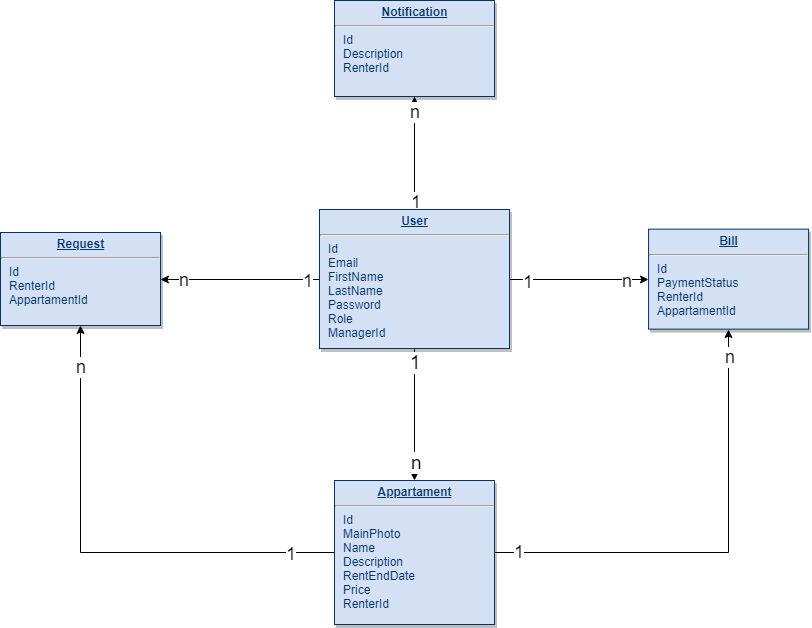
The draw.io diagram docs/Er diagram/ER_DIAGRAM.png in Lenkelheit/Software-Design, before a commit. Source tidied: cells renumbered, new cells last; positions are measured from the earlier drawing's top-left corner, leaving out a move shared by most shapes. Its diagram source:
```xml
<mxGraphModel background="#ffffff">
  <root>
    <mxCell id="0" />
    <mxCell id="1" parent="0" />
    <mxCell id="2" style="edgeStyle=orthogonalEdgeStyle;rounded=0;jettySize=auto;html=1;exitX=0.5;exitY=1;exitDx=0;exitDy=0;entryX=0.5;entryY=0;entryDx=0;entryDy=0;" parent="1" edge="1" source="14" target="21">
      <mxGeometry relative="1" as="geometry" />
    </mxCell>
    <mxCell id="3" value="&lt;font style=&quot;font-size: 19px&quot;&gt;1&lt;/font&gt;" style="text;html=1;align=center;verticalAlign=middle;labelBackgroundColor=#ffffff;" parent="2" vertex="1">
      <mxGeometry x="-0.8" y="1" relative="1" as="geometry" />
    </mxCell>
    <mxCell id="4" value="&lt;font style=&quot;font-size: 19px&quot;&gt;n&lt;/font&gt;" style="text;html=1;align=center;verticalAlign=middle;labelBackgroundColor=#ffffff;" parent="2" vertex="1">
      <mxGeometry x="0.71" y="2" relative="1" as="geometry" />
    </mxCell>
    <mxCell id="5" style="edgeStyle=orthogonalEdgeStyle;rounded=0;jettySize=auto;html=1;exitX=0;exitY=0.5;exitDx=0;exitDy=0;entryX=1;entryY=0.5;entryDx=0;entryDy=0;" parent="1" edge="1" source="14" target="22">
      <mxGeometry relative="1" as="geometry" />
    </mxCell>
    <mxCell id="6" value="&lt;font style=&quot;font-size: 18px&quot;&gt;1&lt;/font&gt;" style="text;html=1;align=center;verticalAlign=middle;labelBackgroundColor=#ffffff;" parent="5" vertex="1">
      <mxGeometry x="-0.85" y="1" relative="1" as="geometry" />
    </mxCell>
    <mxCell id="7" value="&lt;font style=&quot;font-size: 18px&quot;&gt;n&lt;/font&gt;" style="text;html=1;align=center;verticalAlign=middle;labelBackgroundColor=#ffffff;" parent="5" vertex="1">
      <mxGeometry x="0.82" y="-4" relative="1" as="geometry">
        <mxPoint x="8" y="4" as="offset" />
      </mxGeometry>
    </mxCell>
    <mxCell id="8" style="edgeStyle=orthogonalEdgeStyle;rounded=0;jettySize=auto;html=1;exitX=1;exitY=0.5;exitDx=0;exitDy=0;entryX=0;entryY=0.5;entryDx=0;entryDy=0;" parent="1" edge="1" source="14" target="23">
      <mxGeometry relative="1" as="geometry" />
    </mxCell>
    <mxCell id="9" value="&lt;font style=&quot;font-size: 18px&quot;&gt;1&lt;/font&gt;" style="text;html=1;align=center;verticalAlign=middle;labelBackgroundColor=#ffffff;" parent="8" vertex="1">
      <mxGeometry x="-0.74" y="-2" relative="1" as="geometry" />
    </mxCell>
    <mxCell id="10" value="&lt;font style=&quot;font-size: 18px&quot;&gt;n&lt;/font&gt;" style="text;html=1;align=center;verticalAlign=middle;labelBackgroundColor=#ffffff;" parent="8" vertex="1">
      <mxGeometry x="0.68" y="-1" relative="1" as="geometry" />
    </mxCell>
    <mxCell id="11" style="edgeStyle=orthogonalEdgeStyle;rounded=0;jettySize=auto;html=1;exitX=0.5;exitY=0;exitDx=0;exitDy=0;entryX=0.5;entryY=1;entryDx=0;entryDy=0;fontSize=18;" parent="1" edge="1" source="14" target="24">
      <mxGeometry relative="1" as="geometry" />
    </mxCell>
    <mxCell id="12" value="1" style="text;html=1;align=center;verticalAlign=middle;labelBackgroundColor=#ffffff;fontSize=18;" parent="11" vertex="1">
      <mxGeometry x="-0.87" y="-1" relative="1" as="geometry" />
    </mxCell>
    <mxCell id="13" value="n" style="text;html=1;align=center;verticalAlign=middle;labelBackgroundColor=#ffffff;fontSize=18;" parent="11" vertex="1">
      <mxGeometry x="0.84" y="-3" relative="1" as="geometry">
        <mxPoint x="-3" y="6" as="offset" />
      </mxGeometry>
    </mxCell>
    <mxCell id="14" value="&lt;p style=&quot;margin: 0px ; margin-top: 4px ; text-align: center ; text-decoration: underline&quot;&gt;&lt;b&gt;User&lt;/b&gt;&lt;/p&gt;&lt;hr&gt;&lt;p style=&quot;margin: 0px ; margin-left: 8px&quot;&gt;Id&lt;/p&gt;&lt;p style=&quot;margin: 0px ; margin-left: 8px&quot;&gt;Email&lt;br&gt;FirstName&lt;/p&gt;&lt;p style=&quot;margin: 0px ; margin-left: 8px&quot;&gt;LastName&lt;/p&gt;&lt;p style=&quot;margin: 0px ; margin-left: 8px&quot;&gt;Password&lt;/p&gt;&lt;p style=&quot;margin: 0px ; margin-left: 8px&quot;&gt;Role&lt;/p&gt;&lt;p style=&quot;margin: 0px ; margin-left: 8px&quot;&gt;ManagerId&lt;br&gt;&lt;/p&gt;" style="verticalAlign=top;align=left;overflow=fill;fontSize=12;fontFamily=Helvetica;html=1;strokeColor=#003366;shadow=1;fillColor=#D4E1F5;fontColor=#003366;" parent="1" vertex="1">
      <mxGeometry x="319" y="209" width="190" height="139" as="geometry" />
    </mxCell>
    <mxCell id="15" style="edgeStyle=orthogonalEdgeStyle;rounded=0;jettySize=auto;html=1;exitX=1;exitY=0.5;exitDx=0;exitDy=0;entryX=0.5;entryY=1;entryDx=0;entryDy=0;" parent="1" edge="1" source="21" target="23">
      <mxGeometry relative="1" as="geometry" />
    </mxCell>
    <mxCell id="16" value="&lt;font style=&quot;font-size: 18px&quot;&gt;1&lt;/font&gt;" style="text;html=1;align=center;verticalAlign=middle;labelBackgroundColor=#ffffff;" parent="15" vertex="1">
      <mxGeometry x="-0.89" y="1" relative="1" as="geometry" />
    </mxCell>
    <mxCell id="17" value="n" style="text;html=1;align=center;verticalAlign=middle;labelBackgroundColor=#ffffff;fontSize=18;" parent="15" vertex="1">
      <mxGeometry x="0.88" y="-1" relative="1" as="geometry" />
    </mxCell>
    <mxCell id="18" style="edgeStyle=orthogonalEdgeStyle;rounded=0;jettySize=auto;html=1;exitX=0;exitY=0.5;exitDx=0;exitDy=0;" parent="1" edge="1" source="21" target="22">
      <mxGeometry relative="1" as="geometry" />
    </mxCell>
    <mxCell id="19" value="1" style="text;html=1;align=center;verticalAlign=middle;labelBackgroundColor=#ffffff;fontSize=18;" parent="18" vertex="1">
      <mxGeometry x="-0.82" y="1" relative="1" as="geometry" />
    </mxCell>
    <mxCell id="20" value="n" style="text;html=1;align=center;verticalAlign=middle;labelBackgroundColor=#ffffff;fontSize=18;" parent="18" vertex="1">
      <mxGeometry x="0.83" relative="1" as="geometry" />
    </mxCell>
    <mxCell id="21" value="&lt;p style=&quot;margin: 0px ; margin-top: 4px ; text-align: center ; text-decoration: underline&quot;&gt;&lt;b&gt;Appartament&lt;/b&gt;&lt;/p&gt;&lt;hr&gt;&lt;p style=&quot;margin: 0px ; margin-left: 8px&quot;&gt;Id&lt;/p&gt;&lt;p style=&quot;margin: 0px ; margin-left: 8px&quot;&gt;MainPhoto&lt;/p&gt;&lt;p style=&quot;margin: 0px ; margin-left: 8px&quot;&gt;Name&lt;/p&gt;&lt;p style=&quot;margin: 0px ; margin-left: 8px&quot;&gt;Description&lt;/p&gt;&lt;p style=&quot;margin: 0px ; margin-left: 8px&quot;&gt;RentEndDate&lt;/p&gt;&lt;p style=&quot;margin: 0px ; margin-left: 8px&quot;&gt;Price&lt;/p&gt;&lt;p style=&quot;margin: 0px ; margin-left: 8px&quot;&gt;RenterId&lt;/p&gt;" style="verticalAlign=top;align=left;overflow=fill;fontSize=12;fontFamily=Helvetica;html=1;strokeColor=#003366;shadow=1;fillColor=#D4E1F5;fontColor=#003366;" parent="1" vertex="1">
      <mxGeometry x="334" y="480" width="160" height="144" as="geometry" />
    </mxCell>
    <mxCell id="22" value="&lt;p style=&quot;margin: 0px ; margin-top: 4px ; text-align: center ; text-decoration: underline&quot;&gt;&lt;b&gt;Request&lt;/b&gt;&lt;/p&gt;&lt;hr&gt;&lt;p style=&quot;margin: 0px ; margin-left: 8px&quot;&gt;Id&lt;/p&gt;&lt;p style=&quot;margin: 0px ; margin-left: 8px&quot;&gt;RenterId&lt;/p&gt;&lt;p style=&quot;margin: 0px ; margin-left: 8px&quot;&gt;AppartamentId&lt;/p&gt;" style="verticalAlign=top;align=left;overflow=fill;fontSize=12;fontFamily=Helvetica;html=1;strokeColor=#003366;shadow=1;fillColor=#D4E1F5;fontColor=#003366;" parent="1" vertex="1">
      <mxGeometry y="232" width="160" height="93" as="geometry" />
    </mxCell>
    <mxCell id="23" value="&lt;p style=&quot;margin: 0px ; margin-top: 4px ; text-align: center ; text-decoration: underline&quot;&gt;&lt;b&gt;Bill&lt;/b&gt;&lt;/p&gt;&lt;hr&gt;&lt;p style=&quot;margin: 0px ; margin-left: 8px&quot;&gt;Id&lt;/p&gt;&lt;p style=&quot;margin: 0px ; margin-left: 8px&quot;&gt;PaymentStatus&lt;/p&gt;&lt;p style=&quot;margin: 0px ; margin-left: 8px&quot;&gt;RenterId&lt;/p&gt;&lt;p style=&quot;margin: 0px ; margin-left: 8px&quot;&gt;AppartamentId&lt;/p&gt;" style="verticalAlign=top;align=left;overflow=fill;fontSize=12;fontFamily=Helvetica;html=1;strokeColor=#003366;shadow=1;fillColor=#D4E1F5;fontColor=#003366;" parent="1" vertex="1">
      <mxGeometry x="648.1" y="228.6" width="160" height="100" as="geometry" />
    </mxCell>
    <mxCell id="24" value="&lt;p style=&quot;margin: 0px ; margin-top: 4px ; text-align: center ; text-decoration: underline&quot;&gt;&lt;b&gt;Notification&lt;/b&gt;&lt;/p&gt;&lt;hr&gt;&lt;p style=&quot;margin: 0px ; margin-left: 8px&quot;&gt;Id&lt;/p&gt;&lt;p style=&quot;margin: 0px ; margin-left: 8px&quot;&gt;Description&lt;br&gt;&lt;/p&gt;&lt;p style=&quot;margin: 0px ; margin-left: 8px&quot;&gt;RenterId&lt;/p&gt;" style="verticalAlign=top;align=left;overflow=fill;fontSize=12;fontFamily=Helvetica;html=1;strokeColor=#003366;shadow=1;fillColor=#D4E1F5;fontColor=#003366;" parent="1" vertex="1">
      <mxGeometry x="334" width="160" height="96" as="geometry" />
    </mxCell>
  </root>
</mxGraphModel>
```
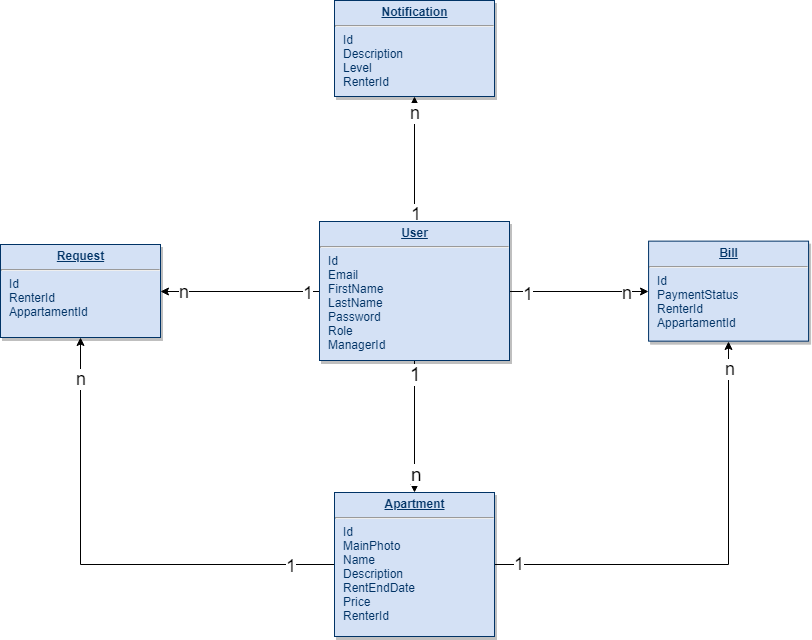
The same diagram one commit later.

Change to the diagram source:
```diff
@@ -63,7 +63,7 @@
     <mxCell id="20" value="n" style="text;html=1;align=center;verticalAlign=middle;labelBackgroundColor=#ffffff;fontSize=18;" parent="18" vertex="1">
       <mxGeometry x="0.83" relative="1" as="geometry" />
     </mxCell>
-    <mxCell id="21" value="&lt;p style=&quot;margin: 0px ; margin-top: 4px ; text-align: center ; text-decoration: underline&quot;&gt;&lt;b&gt;Appartament&lt;/b&gt;&lt;/p&gt;&lt;hr&gt;&lt;p style=&quot;margin: 0px ; margin-left: 8px&quot;&gt;Id&lt;/p&gt;&lt;p style=&quot;margin: 0px ; margin-left: 8px&quot;&gt;MainPhoto&lt;/p&gt;&lt;p style=&quot;margin: 0px ; margin-left: 8px&quot;&gt;Name&lt;/p&gt;&lt;p style=&quot;margin: 0px ; margin-left: 8px&quot;&gt;Description&lt;/p&gt;&lt;p style=&quot;margin: 0px ; margin-left: 8px&quot;&gt;RentEndDate&lt;/p&gt;&lt;p style=&quot;margin: 0px ; margin-left: 8px&quot;&gt;Price&lt;/p&gt;&lt;p style=&quot;margin: 0px ; margin-left: 8px&quot;&gt;RenterId&lt;/p&gt;" style="verticalAlign=top;align=left;overflow=fill;fontSize=12;fontFamily=Helvetica;html=1;strokeColor=#003366;shadow=1;fillColor=#D4E1F5;fontColor=#003366;" parent="1" vertex="1">
+    <mxCell id="21" value="&lt;p style=&quot;margin: 0px ; margin-top: 4px ; text-align: center ; text-decoration: underline&quot;&gt;&lt;b&gt;Apartment&lt;/b&gt;&lt;/p&gt;&lt;hr&gt;&lt;p style=&quot;margin: 0px ; margin-left: 8px&quot;&gt;Id&lt;/p&gt;&lt;p style=&quot;margin: 0px ; margin-left: 8px&quot;&gt;MainPhoto&lt;/p&gt;&lt;p style=&quot;margin: 0px ; margin-left: 8px&quot;&gt;Name&lt;/p&gt;&lt;p style=&quot;margin: 0px ; margin-left: 8px&quot;&gt;Description&lt;/p&gt;&lt;p style=&quot;margin: 0px ; margin-left: 8px&quot;&gt;RentEndDate&lt;/p&gt;&lt;p style=&quot;margin: 0px ; margin-left: 8px&quot;&gt;Price&lt;/p&gt;&lt;p style=&quot;margin: 0px ; margin-left: 8px&quot;&gt;RenterId&lt;/p&gt;" style="verticalAlign=top;align=left;overflow=fill;fontSize=12;fontFamily=Helvetica;html=1;strokeColor=#003366;shadow=1;fillColor=#D4E1F5;fontColor=#003366;" parent="1" vertex="1">
       <mxGeometry x="334" y="480" width="160" height="144" as="geometry" />
     </mxCell>
     <mxCell id="22" value="&lt;p style=&quot;margin: 0px ; margin-top: 4px ; text-align: center ; text-decoration: underline&quot;&gt;&lt;b&gt;Request&lt;/b&gt;&lt;/p&gt;&lt;hr&gt;&lt;p style=&quot;margin: 0px ; margin-left: 8px&quot;&gt;Id&lt;/p&gt;&lt;p style=&quot;margin: 0px ; margin-left: 8px&quot;&gt;RenterId&lt;/p&gt;&lt;p style=&quot;margin: 0px ; margin-left: 8px&quot;&gt;AppartamentId&lt;/p&gt;" style="verticalAlign=top;align=left;overflow=fill;fontSize=12;fontFamily=Helvetica;html=1;strokeColor=#003366;shadow=1;fillColor=#D4E1F5;fontColor=#003366;" parent="1" vertex="1">
@@ -72,8 +72,8 @@
     <mxCell id="23" value="&lt;p style=&quot;margin: 0px ; margin-top: 4px ; text-align: center ; text-decoration: underline&quot;&gt;&lt;b&gt;Bill&lt;/b&gt;&lt;/p&gt;&lt;hr&gt;&lt;p style=&quot;margin: 0px ; margin-left: 8px&quot;&gt;Id&lt;/p&gt;&lt;p style=&quot;margin: 0px ; margin-left: 8px&quot;&gt;PaymentStatus&lt;/p&gt;&lt;p style=&quot;margin: 0px ; margin-left: 8px&quot;&gt;RenterId&lt;/p&gt;&lt;p style=&quot;margin: 0px ; margin-left: 8px&quot;&gt;AppartamentId&lt;/p&gt;" style="verticalAlign=top;align=left;overflow=fill;fontSize=12;fontFamily=Helvetica;html=1;strokeColor=#003366;shadow=1;fillColor=#D4E1F5;fontColor=#003366;" parent="1" vertex="1">
       <mxGeometry x="648.1" y="228.6" width="160" height="100" as="geometry" />
     </mxCell>
-    <mxCell id="24" value="&lt;p style=&quot;margin: 0px ; margin-top: 4px ; text-align: center ; text-decoration: underline&quot;&gt;&lt;b&gt;Notification&lt;/b&gt;&lt;/p&gt;&lt;hr&gt;&lt;p style=&quot;margin: 0px ; margin-left: 8px&quot;&gt;Id&lt;/p&gt;&lt;p style=&quot;margin: 0px ; margin-left: 8px&quot;&gt;Description&lt;br&gt;&lt;/p&gt;&lt;p style=&quot;margin: 0px ; margin-left: 8px&quot;&gt;RenterId&lt;/p&gt;" style="verticalAlign=top;align=left;overflow=fill;fontSize=12;fontFamily=Helvetica;html=1;strokeColor=#003366;shadow=1;fillColor=#D4E1F5;fontColor=#003366;" parent="1" vertex="1">
-      <mxGeometry x="334" width="160" height="96" as="geometry" />
+    <mxCell id="24" value="&lt;p style=&quot;margin: 0px ; margin-top: 4px ; text-align: center ; text-decoration: underline&quot;&gt;&lt;b&gt;Notification&lt;/b&gt;&lt;/p&gt;&lt;hr&gt;&lt;p style=&quot;margin: 0px ; margin-left: 8px&quot;&gt;Id&lt;/p&gt;&lt;p style=&quot;margin: 0px ; margin-left: 8px&quot;&gt;Description&lt;br&gt;&lt;/p&gt;&lt;p style=&quot;margin: 0px ; margin-left: 8px&quot;&gt;Level&lt;/p&gt;&lt;p style=&quot;margin: 0px ; margin-left: 8px&quot;&gt;RenterId&lt;/p&gt;" style="verticalAlign=top;align=left;overflow=fill;fontSize=12;fontFamily=Helvetica;html=1;strokeColor=#003366;shadow=1;fillColor=#D4E1F5;fontColor=#003366;" parent="1" vertex="1">
+      <mxGeometry x="334" y="-12" width="160" height="96" as="geometry" />
     </mxCell>
   </root>
 </mxGraphModel>
```
